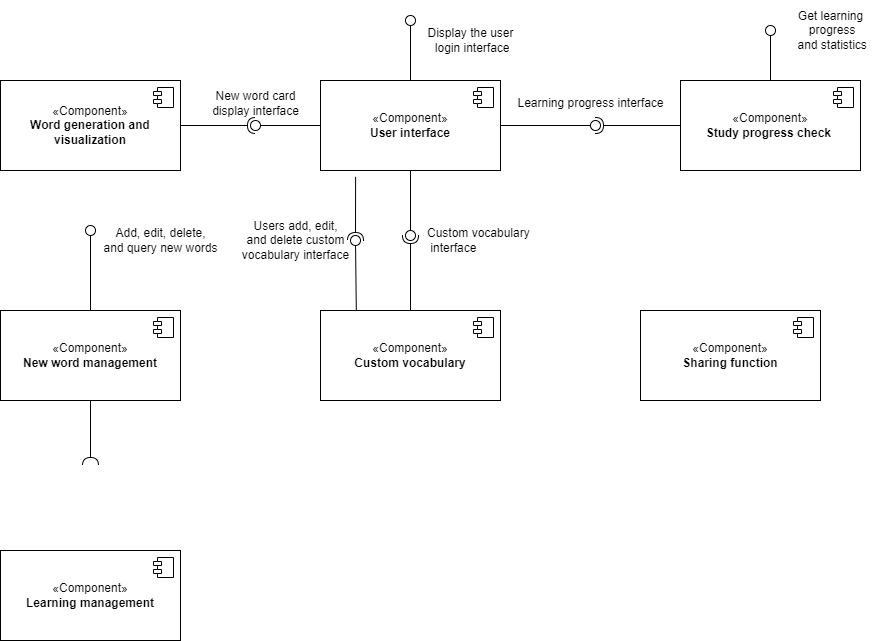
Earlier version of the draw.io export component.drawio.png (xiangxiang3451/blog_pictures). Source tidied: cells renumbered, new cells last; positions are measured from the earlier drawing's top-left corner, leaving out a move shared by most shapes. The source it was exported from:
```xml
<mxGraphModel>
  <root>
    <mxCell id="0" />
    <mxCell id="1" parent="0" />
    <mxCell id="2" value="«Component»&lt;br&gt;&lt;b&gt;User interface&lt;/b&gt;" style="html=1;whiteSpace=wrap;" parent="1" vertex="1">
      <mxGeometry x="320" y="80" width="180" height="90" as="geometry" />
    </mxCell>
    <mxCell id="3" style="shape=module;jettyWidth=8;jettyHeight=4;" parent="2" vertex="1">
      <mxGeometry x="1" width="20" height="20" relative="1" as="geometry">
        <mxPoint x="-27" y="7" as="offset" />
      </mxGeometry>
    </mxCell>
    <mxCell id="4" value="«Component»&lt;br&gt;&lt;b&gt;Custom vocabulary&lt;/b&gt;" style="html=1;whiteSpace=wrap;" parent="1" vertex="1">
      <mxGeometry x="320" y="310" width="180" height="90" as="geometry" />
    </mxCell>
    <mxCell id="5" style="shape=module;jettyWidth=8;jettyHeight=4;" parent="4" vertex="1">
      <mxGeometry x="1" width="20" height="20" relative="1" as="geometry">
        <mxPoint x="-27" y="7" as="offset" />
      </mxGeometry>
    </mxCell>
    <mxCell id="6" value="«Component»&lt;br&gt;&lt;b&gt;Study progress check&amp;nbsp;&lt;/b&gt;" style="html=1;whiteSpace=wrap;" parent="1" vertex="1">
      <mxGeometry x="680" y="80" width="180" height="90" as="geometry" />
    </mxCell>
    <mxCell id="7" style="shape=module;jettyWidth=8;jettyHeight=4;" parent="6" vertex="1">
      <mxGeometry x="1" width="20" height="20" relative="1" as="geometry">
        <mxPoint x="-27" y="7" as="offset" />
      </mxGeometry>
    </mxCell>
    <mxCell id="8" style="ellipse;whiteSpace=wrap;html=1;align=center;fillColor=none;strokeColor=none;perimeter=centerPerimeter;" parent="1" vertex="1">
      <mxGeometry x="455" y="90" width="10" height="10" as="geometry" />
    </mxCell>
    <mxCell id="9" style="rounded=0;jettySize=auto;html=1;endArrow=halfCircle;endFill=0;endSize=6;strokeWidth=1;sketch=0;exitX=0;exitY=0.5;exitDx=0;exitDy=0;" parent="1" edge="1" source="6" target="11">
      <mxGeometry relative="1" as="geometry" />
    </mxCell>
    <mxCell id="10" style="rounded=0;jettySize=auto;html=1;endArrow=oval;endFill=0;sketch=0;sourcePerimeterSpacing=0;targetPerimeterSpacing=0;endSize=10;exitX=1;exitY=0.5;exitDx=0;exitDy=0;" parent="1" edge="1" source="2" target="11">
      <mxGeometry relative="1" as="geometry" />
    </mxCell>
    <mxCell id="11" style="ellipse;whiteSpace=wrap;html=1;align=center;fillColor=none;strokeColor=none;perimeter=centerPerimeter;points=[];outlineConnect=1;" parent="1" vertex="1">
      <mxGeometry x="590" y="120" width="10" height="10" as="geometry" />
    </mxCell>
    <mxCell id="12" value="Learning progress interface" style="text;html=1;align=center;verticalAlign=middle;strokeColor=none;fillColor=none;" parent="1" vertex="1">
      <mxGeometry x="505" y="88" width="170" height="30" as="geometry" />
    </mxCell>
    <mxCell id="13" style="rounded=0;jettySize=auto;html=1;endArrow=halfCircle;endFill=0;endSize=6;strokeWidth=1;sketch=0;labelPosition=center;verticalLabelPosition=middle;align=center;verticalAlign=middle;exitX=0.5;exitY=0;exitDx=0;exitDy=0;" parent="1" edge="1" source="4" target="15">
      <mxGeometry relative="1" as="geometry" />
    </mxCell>
    <mxCell id="14" style="rounded=0;jettySize=auto;html=1;endArrow=oval;endFill=0;sketch=0;sourcePerimeterSpacing=0;targetPerimeterSpacing=0;endSize=10;labelPosition=center;verticalLabelPosition=middle;align=center;verticalAlign=middle;exitX=0.5;exitY=1;exitDx=0;exitDy=0;" parent="1" edge="1" source="2" target="15">
      <mxGeometry relative="1" as="geometry" />
    </mxCell>
    <mxCell id="15" style="ellipse;whiteSpace=wrap;html=1;align=center;fillColor=none;strokeColor=none;perimeter=centerPerimeter;points=[];outlineConnect=1;labelPosition=center;verticalLabelPosition=middle;verticalAlign=middle;" parent="1" vertex="1">
      <mxGeometry x="405" y="230" width="10" height="10" as="geometry" />
    </mxCell>
    <mxCell id="16" value="Custom vocabulary&lt;br&gt;&amp;nbsp;interface" style="text;html=1;align=left;verticalAlign=middle;strokeColor=none;fillColor=none;rotation=0;" parent="1" vertex="1">
      <mxGeometry x="425" y="220" width="130" height="40" as="geometry" />
    </mxCell>
    <mxCell id="17" style="rounded=0;jettySize=auto;html=1;endArrow=oval;endFill=0;sketch=0;sourcePerimeterSpacing=0;targetPerimeterSpacing=0;endSize=10;exitX=0.5;exitY=0;exitDx=0;exitDy=0;" parent="1" edge="1" source="2">
      <mxGeometry relative="1" as="geometry">
        <mxPoint x="410" y="20" as="targetPoint" />
      </mxGeometry>
    </mxCell>
    <mxCell id="18" style="ellipse;whiteSpace=wrap;html=1;align=center;fillColor=none;strokeColor=none;perimeter=centerPerimeter;" parent="1" vertex="1">
      <mxGeometry x="415" y="50" width="10" height="10" as="geometry" />
    </mxCell>
    <mxCell id="19" value="Display the user&lt;br&gt;&amp;nbsp;login interface" style="text;html=1;align=center;verticalAlign=middle;strokeColor=none;fillColor=none;" parent="1" vertex="1">
      <mxGeometry x="415" y="20" width="110" height="40" as="geometry" />
    </mxCell>
    <mxCell id="20" value="«Component»&lt;br&gt;&lt;b&gt;New word management&lt;/b&gt;" style="html=1;whiteSpace=wrap;" parent="1" vertex="1">
      <mxGeometry y="310" width="180" height="90" as="geometry" />
    </mxCell>
    <mxCell id="21" style="shape=module;jettyWidth=8;jettyHeight=4;" parent="20" vertex="1">
      <mxGeometry x="1" width="20" height="20" relative="1" as="geometry">
        <mxPoint x="-27" y="7" as="offset" />
      </mxGeometry>
    </mxCell>
    <mxCell id="22" style="ellipse;whiteSpace=wrap;html=1;align=center;fillColor=none;strokeColor=none;perimeter=centerPerimeter;" parent="1" vertex="1">
      <mxGeometry x="110" y="250" width="10" height="10" as="geometry" />
    </mxCell>
    <mxCell id="23" style="rounded=0;jettySize=auto;html=1;endArrow=oval;endFill=0;sketch=0;sourcePerimeterSpacing=0;targetPerimeterSpacing=0;endSize=10;exitX=0.5;exitY=0;exitDx=0;exitDy=0;" parent="1" edge="1" source="20">
      <mxGeometry relative="1" as="geometry">
        <mxPoint x="90" y="230" as="targetPoint" />
      </mxGeometry>
    </mxCell>
    <mxCell id="24" style="ellipse;whiteSpace=wrap;html=1;align=center;fillColor=none;strokeColor=none;perimeter=centerPerimeter;" parent="1" vertex="1">
      <mxGeometry x="415" y="250" width="10" height="10" as="geometry" />
    </mxCell>
    <mxCell id="25" value="Add, edit, delete, &lt;br&gt;and query new words" style="text;html=1;align=center;verticalAlign=middle;strokeColor=none;fillColor=none;" parent="1" vertex="1">
      <mxGeometry x="90" y="220" width="140" height="40" as="geometry" />
    </mxCell>
    <mxCell id="26" style="rounded=0;jettySize=auto;html=1;endArrow=halfCircle;endFill=0;endSize=6;strokeWidth=1;sketch=0;fontSize=12;curved=1;exitX=0.5;exitY=1;exitDx=0;exitDy=0;" parent="1" edge="1" source="20" target="27">
      <mxGeometry relative="1" as="geometry" />
    </mxCell>
    <mxCell id="27" style="ellipse;whiteSpace=wrap;html=1;align=center;fillColor=none;strokeColor=none;perimeter=centerPerimeter;points=[];outlineConnect=1;" parent="1" vertex="1">
      <mxGeometry x="85" y="460" width="10" height="10" as="geometry" />
    </mxCell>
    <mxCell id="28" value="«Component»&lt;br&gt;&lt;b&gt;Word generation and visualization&lt;/b&gt;" style="html=1;whiteSpace=wrap;" parent="1" vertex="1">
      <mxGeometry y="80" width="180" height="90" as="geometry" />
    </mxCell>
    <mxCell id="29" style="shape=module;jettyWidth=8;jettyHeight=4;" parent="28" vertex="1">
      <mxGeometry x="1" width="20" height="20" relative="1" as="geometry">
        <mxPoint x="-27" y="7" as="offset" />
      </mxGeometry>
    </mxCell>
    <mxCell id="30" style="rounded=0;jettySize=auto;html=1;endArrow=halfCircle;endFill=0;endSize=6;strokeWidth=1;sketch=0;exitX=1;exitY=0.5;exitDx=0;exitDy=0;" parent="1" edge="1" source="28" target="32">
      <mxGeometry relative="1" as="geometry" />
    </mxCell>
    <mxCell id="31" style="rounded=0;jettySize=auto;html=1;endArrow=oval;endFill=0;sketch=0;sourcePerimeterSpacing=0;targetPerimeterSpacing=0;endSize=10;exitX=0;exitY=0.5;exitDx=0;exitDy=0;" parent="1" edge="1" source="2" target="32">
      <mxGeometry relative="1" as="geometry" />
    </mxCell>
    <mxCell id="32" style="ellipse;whiteSpace=wrap;html=1;align=center;fillColor=none;strokeColor=none;perimeter=centerPerimeter;points=[];outlineConnect=1;" parent="1" vertex="1">
      <mxGeometry x="250" y="120" width="10" height="10" as="geometry" />
    </mxCell>
    <mxCell id="33" value="New word card &lt;br&gt;display interface" style="text;html=1;align=center;verticalAlign=middle;strokeColor=none;fillColor=none;" parent="1" vertex="1">
      <mxGeometry x="200" y="83" width="110" height="40" as="geometry" />
    </mxCell>
    <mxCell id="34" value="«Component»&lt;br&gt;&lt;b&gt;Learning management&lt;/b&gt;" style="html=1;whiteSpace=wrap;" parent="1" vertex="1">
      <mxGeometry y="550" width="180" height="90" as="geometry" />
    </mxCell>
    <mxCell id="35" style="shape=module;jettyWidth=8;jettyHeight=4;" parent="34" vertex="1">
      <mxGeometry x="1" width="20" height="20" relative="1" as="geometry">
        <mxPoint x="-27" y="7" as="offset" />
      </mxGeometry>
    </mxCell>
    <mxCell id="36" style="rounded=0;jettySize=auto;html=1;endArrow=oval;endFill=0;sketch=0;sourcePerimeterSpacing=0;targetPerimeterSpacing=0;endSize=10;exitX=0.5;exitY=0;exitDx=0;exitDy=0;" parent="1" edge="1" source="6">
      <mxGeometry relative="1" as="geometry">
        <mxPoint x="770" y="30" as="targetPoint" />
      </mxGeometry>
    </mxCell>
    <mxCell id="37" style="ellipse;whiteSpace=wrap;html=1;align=center;fillColor=none;strokeColor=none;perimeter=centerPerimeter;" parent="1" vertex="1">
      <mxGeometry x="610" y="200" width="10" height="10" as="geometry" />
    </mxCell>
    <mxCell id="38" value="Get learning&lt;br&gt;&amp;nbsp;progress&lt;br&gt;&amp;nbsp;and statistics" style="text;html=1;align=center;verticalAlign=middle;strokeColor=none;fillColor=none;" parent="1" vertex="1">
      <mxGeometry x="780" width="100" height="60" as="geometry" />
    </mxCell>
    <mxCell id="39" style="rounded=0;jettySize=auto;html=1;endArrow=halfCircle;endFill=0;endSize=6;strokeWidth=1;sketch=0;entryX=0.139;entryY=-0.076;entryDx=0;entryDy=0;entryPerimeter=0;exitX=0.195;exitY=1.07;exitDx=0;exitDy=0;exitPerimeter=0;" parent="1" edge="1" source="2" target="41">
      <mxGeometry relative="1" as="geometry" />
    </mxCell>
    <mxCell id="40" style="rounded=0;jettySize=auto;html=1;endArrow=oval;endFill=0;sketch=0;sourcePerimeterSpacing=0;targetPerimeterSpacing=0;endSize=10;exitX=0.199;exitY=0.005;exitDx=0;exitDy=0;exitPerimeter=0;" parent="1" edge="1" source="4" target="41">
      <mxGeometry relative="1" as="geometry" />
    </mxCell>
    <mxCell id="41" style="ellipse;whiteSpace=wrap;html=1;align=center;fillColor=none;strokeColor=none;perimeter=centerPerimeter;points=[];outlineConnect=1;" parent="1" vertex="1">
      <mxGeometry x="350" y="235" width="10" height="10" as="geometry" />
    </mxCell>
    <mxCell id="42" value="Users add, edit, &lt;br&gt;and delete custom &lt;br&gt;vocabulary interface" style="text;html=1;align=center;verticalAlign=middle;strokeColor=none;fillColor=none;" parent="1" vertex="1">
      <mxGeometry x="230" y="210" width="130" height="60" as="geometry" />
    </mxCell>
    <mxCell id="43" value="«Component»&lt;br&gt;&lt;b&gt;Sharing function&lt;/b&gt;" style="html=1;whiteSpace=wrap;" parent="1" vertex="1">
      <mxGeometry x="640" y="310" width="180" height="90" as="geometry" />
    </mxCell>
    <mxCell id="44" style="shape=module;jettyWidth=8;jettyHeight=4;" parent="43" vertex="1">
      <mxGeometry x="1" width="20" height="20" relative="1" as="geometry">
        <mxPoint x="-27" y="7" as="offset" />
      </mxGeometry>
    </mxCell>
  </root>
</mxGraphModel>
```
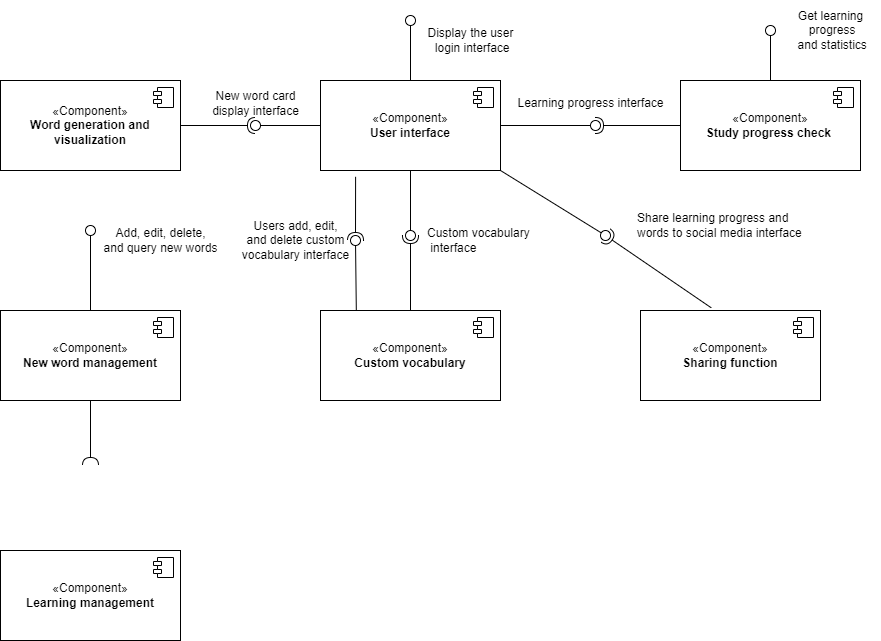
Later version of the same file.

The edit, as a diff of the source:
```diff
@@ -151,5 +151,17 @@
         <mxPoint x="-27" y="7" as="offset" />
       </mxGeometry>
     </mxCell>
+    <mxCell id="45" style="rounded=0;jettySize=auto;html=1;endArrow=halfCircle;endFill=0;endSize=6;strokeWidth=1;sketch=0;exitX=0.393;exitY=-0.03;exitDx=0;exitDy=0;exitPerimeter=0;" parent="1" edge="1" source="43" target="47">
+      <mxGeometry relative="1" as="geometry" />
+    </mxCell>
+    <mxCell id="46" style="rounded=0;jettySize=auto;html=1;endArrow=oval;endFill=0;sketch=0;sourcePerimeterSpacing=0;targetPerimeterSpacing=0;endSize=10;exitX=1;exitY=1;exitDx=0;exitDy=0;" parent="1" edge="1" source="2" target="47">
+      <mxGeometry relative="1" as="geometry" />
+    </mxCell>
+    <mxCell id="47" style="ellipse;whiteSpace=wrap;html=1;align=center;fillColor=none;strokeColor=none;perimeter=centerPerimeter;points=[];outlineConnect=1;" parent="1" vertex="1">
+      <mxGeometry x="600" y="230" width="10" height="10" as="geometry" />
+    </mxCell>
+    <mxCell id="48" value="Share learning progress and &lt;br&gt;words to social media interface" style="text;html=1;align=left;verticalAlign=middle;strokeColor=none;fillColor=none;" parent="1" vertex="1">
+      <mxGeometry x="635" y="205" width="190" height="40" as="geometry" />
+    </mxCell>
   </root>
 </mxGraphModel>
```
